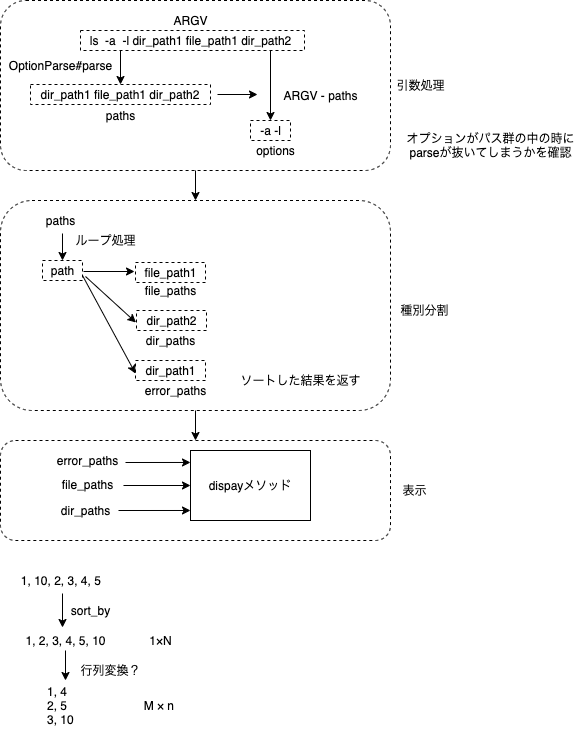
The draw.io diagram 05.ls/img/ls1.drawio.png in goruchanchan/ruby-practices, before a commit. Source tidied: cells renumbered, new cells last; positions are measured from the earlier drawing's top-left corner, leaving out a move shared by most shapes.
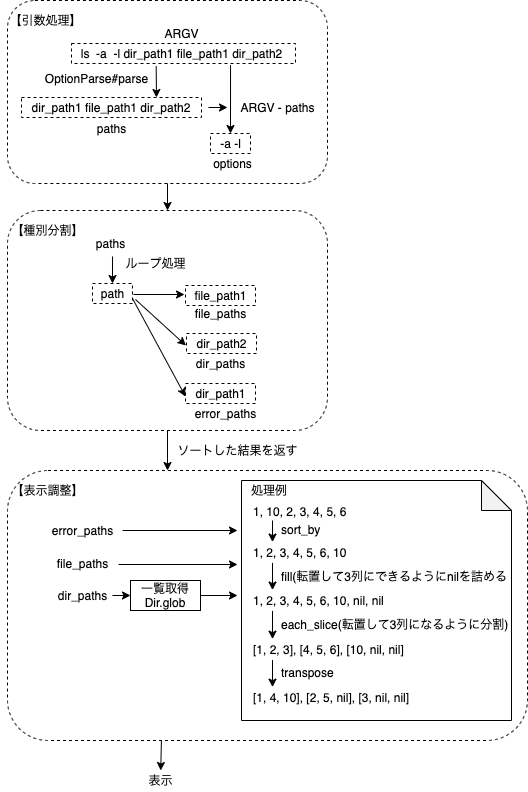
Above is the later version.

Commit message:
[update] コード整理

コードを整理したつもり。メソッド分割や変数名設定などを一度見直した。文字最大数でゼロ詰めする部分はまだできていないので、明日見直し。

Change to the diagram source:
```diff
@@ -2,83 +2,82 @@
   <root>
     <mxCell id="0" />
     <mxCell id="1" parent="0" />
+    <mxCell id="53" style="edgeStyle=none;html=1;exitX=0.296;exitY=1;exitDx=0;exitDy=0;exitPerimeter=0;" parent="1" edge="1" source="2" target="57">
+      <mxGeometry relative="1" as="geometry" />
+    </mxCell>
     <mxCell id="2" style="rounded=1;whiteSpace=wrap;html=1;dashed=1;labelBackgroundColor=#;fontSize=12;strokeColor=default;fillColor=none;" parent="1" vertex="1">
-      <mxGeometry y="440" width="390" height="100" as="geometry" />
+      <mxGeometry y="440" width="520" height="270" as="geometry" />
     </mxCell>
     <mxCell id="3" style="rounded=1;whiteSpace=wrap;html=1;dashed=1;labelBackgroundColor=#;fontSize=12;strokeColor=default;fillColor=none;" parent="1" vertex="1">
-      <mxGeometry y="200" width="390" height="210" as="geometry" />
+      <mxGeometry y="180" width="320" height="220" as="geometry" />
     </mxCell>
     <mxCell id="4" style="edgeStyle=none;html=1;exitX=0.5;exitY=1;exitDx=0;exitDy=0;entryX=0.5;entryY=0;entryDx=0;entryDy=0;fontSize=12;" parent="1" edge="1" source="5" target="3">
       <mxGeometry relative="1" as="geometry" />
     </mxCell>
     <mxCell id="5" style="rounded=1;whiteSpace=wrap;html=1;dashed=1;labelBackgroundColor=#;fontSize=12;strokeColor=default;fillColor=none;" parent="1" vertex="1">
-      <mxGeometry width="390" height="170" as="geometry" />
+      <mxGeometry y="-30" width="320" height="183" as="geometry" />
     </mxCell>
     <mxCell id="6" value="ls&amp;nbsp; -a&amp;nbsp; -l dir_path1 file_path1 dir_path2" style="text;html=1;align=center;verticalAlign=middle;strokeColor=none;fillColor=none;" parent="1" vertex="1">
-      <mxGeometry x="80" y="30" width="220" height="20" as="geometry" />
+      <mxGeometry x="64" y="13" width="220" height="20" as="geometry" />
     </mxCell>
     <mxCell id="7" style="rounded=0;whiteSpace=wrap;html=1;fillColor=none;dashed=1;" parent="1" vertex="1">
-      <mxGeometry x="80" y="30" width="224" height="20" as="geometry" />
+      <mxGeometry x="64" y="13" width="224" height="20" as="geometry" />
     </mxCell>
     <mxCell id="8" value="ARGV" style="text;html=1;align=center;verticalAlign=middle;strokeColor=none;fillColor=none;" parent="1" vertex="1">
-      <mxGeometry x="165" y="10" width="50" height="20" as="geometry" />
+      <mxGeometry x="149" y="-7" width="50" height="20" as="geometry" />
     </mxCell>
-    <mxCell id="9" style="endArrow=classic;html=1;entryX=0.5;entryY=0;entryDx=0;entryDy=0;" parent="1" edge="1" target="10">
-      <mxGeometry relative="1" as="geometry">
-        <mxPoint x="120" y="50" as="sourcePoint" />
-      </mxGeometry>
+    <mxCell id="9" style="endArrow=classic;html=1;entryX=0.75;entryY=0;entryDx=0;entryDy=0;exitX=0.378;exitY=1.138;exitDx=0;exitDy=0;exitPerimeter=0;" parent="1" edge="1" source="7" target="10">
+      <mxGeometry relative="1" as="geometry" />
     </mxCell>
     <mxCell id="10" value="&lt;span&gt;dir_path1 file_path1 dir_path2&lt;/span&gt;" style="rounded=0;whiteSpace=wrap;html=1;fillColor=none;dashed=1;" parent="1" vertex="1">
-      <mxGeometry x="30" y="84" width="180" height="20" as="geometry" />
+      <mxGeometry x="14" y="67" width="180" height="20" as="geometry" />
     </mxCell>
     <mxCell id="11" value="paths" style="text;html=1;align=center;verticalAlign=middle;strokeColor=none;fillColor=none;fontSize=12;" parent="1" vertex="1">
-      <mxGeometry x="100" y="105" width="40" height="20" as="geometry" />
+      <mxGeometry x="84" y="88" width="40" height="20" as="geometry" />
     </mxCell>
     <mxCell id="12" value="&lt;span&gt;-a -l&lt;/span&gt;" style="text;html=1;align=center;verticalAlign=middle;points=[];strokeColor=default;fillColor=none;dashed=1;" parent="1" vertex="1">
-      <mxGeometry x="250" y="120" width="40" height="20" as="geometry" />
+      <mxGeometry x="203" y="103" width="40" height="20" as="geometry" />
     </mxCell>
     <mxCell id="13" style="endArrow=classic;html=1;fontSize=12;" parent="1" edge="1">
       <mxGeometry relative="1" as="geometry">
-        <mxPoint x="217" y="94" as="sourcePoint" />
-        <mxPoint x="257" y="94" as="targetPoint" />
+        <mxPoint x="201" y="77" as="sourcePoint" />
+        <mxPoint x="220" y="77" as="targetPoint" />
       </mxGeometry>
     </mxCell>
-    <mxCell id="14" style="endArrow=classic;html=1;fontSize=12;entryX=0.5;entryY=0;entryDx=0;entryDy=0;entryPerimeter=0;" parent="1" edge="1" target="12">
-      <mxGeometry relative="1" as="geometry">
-        <mxPoint x="270" y="50" as="sourcePoint" />
-      </mxGeometry>
+    <mxCell id="14" style="endArrow=classic;html=1;fontSize=12;entryX=0.5;entryY=0;entryDx=0;entryDy=0;entryPerimeter=0;exitX=0.71;exitY=1.074;exitDx=0;exitDy=0;exitPerimeter=0;" parent="1" edge="1" source="7" target="12">
+      <mxGeometry relative="1" as="geometry" />
     </mxCell>
     <mxCell id="15" value="OptionParse#parse" style="text;html=1;align=center;verticalAlign=middle;strokeColor=none;fillColor=none;fontSize=12;" parent="1" vertex="1">
-      <mxGeometry y="55" width="120" height="20" as="geometry" />
+      <mxGeometry x="29" y="38" width="120" height="20" as="geometry" />
     </mxCell>
     <mxCell id="16" value="ARGV - paths" style="text;html=1;align=center;verticalAlign=middle;strokeColor=none;fillColor=none;fontSize=12;" parent="1" vertex="1">
-      <mxGeometry x="275" y="85" width="90" height="20" as="geometry" />
+      <mxGeometry x="225" y="67" width="90" height="20" as="geometry" />
     </mxCell>
     <mxCell id="17" value="options" style="text;html=1;align=center;verticalAlign=middle;strokeColor=none;fillColor=none;fontSize=12;" parent="1" vertex="1">
-      <mxGeometry x="250" y="140" width="50" height="20" as="geometry" />
+      <mxGeometry x="200" y="123" width="50" height="20" as="geometry" />
     </mxCell>
-    <mxCell id="18" value="引数処理" style="text;html=1;align=center;verticalAlign=middle;strokeColor=none;fillColor=none;fontSize=12;" parent="1" vertex="1">
-      <mxGeometry x="390" y="75" width="60" height="20" as="geometry" />
+    <mxCell id="18" value="【引数処理】" style="text;html=1;align=center;verticalAlign=middle;strokeColor=none;fillColor=none;fontSize=12;" parent="1" vertex="1">
+      <mxGeometry x="-7" y="-20" width="90" height="20" as="geometry" />
     </mxCell>
     <mxCell id="19" value="path" style="text;html=1;align=center;verticalAlign=middle;points=[];strokeColor=default;fillColor=none;dashed=1;" parent="1" vertex="1">
-      <mxGeometry x="42" y="260" width="40" height="20" as="geometry" />
+      <mxGeometry x="85" y="253" width="40" height="20" as="geometry" />
     </mxCell>
     <mxCell id="20" style="endArrow=classic;html=1;fontSize=12;exitX=0.247;exitY=1.15;exitDx=0;exitDy=0;exitPerimeter=0;" parent="1" edge="1" target="19">
       <mxGeometry relative="1" as="geometry">
-        <mxPoint x="62" y="233" as="sourcePoint" />
+        <mxPoint x="105" y="226" as="sourcePoint" />
       </mxGeometry>
     </mxCell>
     <mxCell id="21" value="ループ処理" style="text;html=1;align=center;verticalAlign=middle;strokeColor=none;fillColor=none;fontSize=12;" parent="1" vertex="1">
-      <mxGeometry x="70" y="230" width="70" height="20" as="geometry" />
+      <mxGeometry x="113" y="223" width="70" height="20" as="geometry" />
     </mxCell>
-    <mxCell id="22" value="種別分割" style="text;html=1;align=center;verticalAlign=middle;strokeColor=none;fillColor=none;fontSize=12;" parent="1" vertex="1">
-      <mxGeometry x="394" y="300" width="60" height="20" as="geometry" />
+    <mxCell id="22" value="【種別分割】" style="text;html=1;align=center;verticalAlign=middle;strokeColor=none;fillColor=none;fontSize=12;" parent="1" vertex="1">
+      <mxGeometry x="-5" y="190" width="90" height="20" as="geometry" />
     </mxCell>
     <mxCell id="23" value="file_path1" style="text;html=1;align=center;verticalAlign=middle;points=[];strokeColor=default;fillColor=none;dashed=1;" parent="1" vertex="1">
-      <mxGeometry x="135" y="262" width="70" height="20" as="geometry" />
+      <mxGeometry x="178" y="255" width="70" height="20" as="geometry" />
     </mxCell>
     <mxCell id="24" value="dir_path2" style="text;html=1;align=center;verticalAlign=middle;points=[];strokeColor=default;fillColor=none;dashed=1;" parent="1" vertex="1">
-      <mxGeometry x="136" y="310" width="70" height="20" as="geometry" />
+      <mxGeometry x="179" y="303" width="70" height="20" as="geometry" />
     </mxCell>
     <mxCell id="25" style="endArrow=classic;html=1;fontSize=12;exitX=1.025;exitY=0.55;exitDx=0;exitDy=0;exitPerimeter=0;entryX=-0.014;entryY=0.45;entryDx=0;entryDy=0;entryPerimeter=0;" parent="1" edge="1" source="19" target="23">
       <mxGeometry relative="1" as="geometry" />
@@ -87,86 +86,129 @@
       <mxGeometry relative="1" as="geometry" />
     </mxCell>
     <mxCell id="27" value="ソートした結果を返す" style="text;html=1;align=center;verticalAlign=middle;strokeColor=none;fillColor=none;fontSize=12;" parent="1" vertex="1">
-      <mxGeometry x="230" y="370" width="140" height="20" as="geometry" />
+      <mxGeometry x="160" y="410" width="140" height="20" as="geometry" />
     </mxCell>
-    <mxCell id="28" value="オプションがパス群の中の時に&lt;br&gt;parseが抜いてしまうかを確認" style="text;html=1;align=center;verticalAlign=middle;strokeColor=none;fillColor=none;fontSize=12;" parent="1" vertex="1">
-      <mxGeometry x="400" y="130" width="180" height="30" as="geometry" />
-    </mxCell>
     <mxCell id="29" value="file_paths" style="text;html=1;align=center;verticalAlign=middle;strokeColor=none;fillColor=none;fontSize=12;" parent="1" vertex="1">
-      <mxGeometry x="135" y="280" width="70" height="20" as="geometry" />
+      <mxGeometry x="178" y="273" width="70" height="20" as="geometry" />
     </mxCell>
     <mxCell id="30" value="dir_paths" style="text;html=1;align=center;verticalAlign=middle;strokeColor=none;fillColor=none;fontSize=12;" parent="1" vertex="1">
-      <mxGeometry x="140" y="330" width="60" height="20" as="geometry" />
+      <mxGeometry x="183" y="323" width="60" height="20" as="geometry" />
     </mxCell>
     <mxCell id="31" value="dir_path1" style="text;html=1;align=center;verticalAlign=middle;points=[];strokeColor=default;fillColor=none;dashed=1;" parent="1" vertex="1">
-      <mxGeometry x="135" y="360" width="70" height="20" as="geometry" />
+      <mxGeometry x="178" y="353" width="70" height="20" as="geometry" />
     </mxCell>
     <mxCell id="32" value="error_paths" style="text;html=1;align=center;verticalAlign=middle;strokeColor=none;fillColor=none;fontSize=12;" parent="1" vertex="1">
-      <mxGeometry x="135" y="380" width="80" height="20" as="geometry" />
+      <mxGeometry x="178" y="373" width="80" height="20" as="geometry" />
     </mxCell>
     <mxCell id="33" style="endArrow=classic;html=1;fontSize=12;exitX=1;exitY=0.75;exitDx=0;exitDy=0;exitPerimeter=0;entryX=0;entryY=0.65;entryDx=0;entryDy=0;entryPerimeter=0;" parent="1" edge="1" source="19" target="31">
       <mxGeometry relative="1" as="geometry" />
     </mxCell>
     <mxCell id="34" value="paths" style="text;html=1;align=center;verticalAlign=middle;strokeColor=none;fillColor=none;fontSize=12;" parent="1" vertex="1">
-      <mxGeometry x="40" y="210" width="40" height="20" as="geometry" />
+      <mxGeometry x="83" y="203" width="40" height="20" as="geometry" />
     </mxCell>
     <mxCell id="35" value="file_paths" style="text;html=1;align=center;verticalAlign=middle;points=[];strokeColor=none;fillColor=none;fontSize=12;" parent="1" vertex="1">
-      <mxGeometry x="52" y="474" width="70" height="20" as="geometry" />
+      <mxGeometry x="40" y="523" width="70" height="20" as="geometry" />
     </mxCell>
+    <mxCell id="54" style="edgeStyle=none;html=1;" parent="1" edge="1" source="36" target="56">
+      <mxGeometry relative="1" as="geometry" />
+    </mxCell>
     <mxCell id="36" value="dir_paths" style="text;html=1;align=center;verticalAlign=middle;points=[];strokeColor=none;fillColor=none;fontSize=12;" parent="1" vertex="1">
-      <mxGeometry x="55" y="500" width="60" height="20" as="geometry" />
+      <mxGeometry x="45" y="555" width="60" height="20" as="geometry" />
     </mxCell>
     <mxCell id="37" value="error_paths" style="text;html=1;align=center;verticalAlign=middle;points=[];strokeColor=none;fillColor=none;fontSize=12;" parent="1" vertex="1">
-      <mxGeometry x="47" y="450" width="80" height="20" as="geometry" />
+      <mxGeometry x="35" y="490" width="80" height="20" as="geometry" />
     </mxCell>
-    <mxCell id="38" value="dispayメソッド" style="rounded=0;whiteSpace=wrap;html=1;labelBackgroundColor=#;fontSize=12;strokeColor=default;fillColor=none;" parent="1" vertex="1">
-      <mxGeometry x="190" y="450" width="120" height="70" as="geometry" />
-    </mxCell>
-    <mxCell id="39" style="endArrow=classic;html=1;fontSize=12;entryX=0;entryY=0.171;entryDx=0;entryDy=0;entryPerimeter=0;" parent="1" edge="1" target="38">
+    <mxCell id="39" style="endArrow=classic;html=1;fontSize=12;" parent="1" edge="1" source="37">
       <mxGeometry relative="1" as="geometry">
-        <mxPoint x="125" y="462" as="sourcePoint" />
+        <mxPoint x="230" y="500" as="targetPoint" />
       </mxGeometry>
     </mxCell>
-    <mxCell id="40" style="endArrow=classic;html=1;fontSize=12;exitX=1.014;exitY=0.55;exitDx=0;exitDy=0;exitPerimeter=0;entryX=0;entryY=0.5;entryDx=0;entryDy=0;" parent="1" edge="1" source="35" target="38">
-      <mxGeometry relative="1" as="geometry" />
+    <mxCell id="40" style="endArrow=classic;html=1;fontSize=12;exitX=1.014;exitY=0.55;exitDx=0;exitDy=0;exitPerimeter=0;" parent="1" edge="1" source="35">
+      <mxGeometry relative="1" as="geometry">
+        <mxPoint x="230" y="534" as="targetPoint" />
+      </mxGeometry>
     </mxCell>
-    <mxCell id="41" style="endArrow=classic;html=1;fontSize=12;exitX=1.05;exitY=0.5;exitDx=0;exitDy=0;exitPerimeter=0;entryX=0;entryY=0.857;entryDx=0;entryDy=0;entryPerimeter=0;" parent="1" edge="1" source="36" target="38">
-      <mxGeometry relative="1" as="geometry" />
-    </mxCell>
-    <mxCell id="42" style="endArrow=classic;html=1;exitX=0.5;exitY=1;exitDx=0;exitDy=0;entryX=0.5;entryY=0;entryDx=0;entryDy=0;" parent="1" edge="1" source="3" target="2">
-      <mxGeometry relative="1" as="geometry" />
+    <mxCell id="42" style="endArrow=classic;html=1;exitX=0.5;exitY=1;exitDx=0;exitDy=0;" parent="1" edge="1" source="3">
+      <mxGeometry relative="1" as="geometry">
+        <mxPoint x="160" y="440" as="targetPoint" />
+      </mxGeometry>
     </mxCell>
-    <mxCell id="43" value="表示" style="text;html=1;align=center;verticalAlign=middle;strokeColor=none;fillColor=none;fontSize=12;" parent="1" vertex="1">
-      <mxGeometry x="394" y="480" width="40" height="20" as="geometry" />
+    <mxCell id="43" value="【表示調整】" style="text;html=1;align=center;verticalAlign=middle;strokeColor=none;fillColor=none;fontSize=12;" parent="1" vertex="1">
+      <mxGeometry x="-5" y="450" width="90" height="20" as="geometry" />
     </mxCell>
+    <mxCell id="55" style="edgeStyle=none;html=1;" parent="1" edge="1" source="56">
+      <mxGeometry relative="1" as="geometry">
+        <mxPoint x="230" y="565" as="targetPoint" />
+      </mxGeometry>
+    </mxCell>
+    <mxCell id="56" value="一覧取得&lt;br&gt;Dir.glob" style="whiteSpace=wrap;html=1;" parent="1" vertex="1">
+      <mxGeometry x="123" y="550" width="70" height="30" as="geometry" />
+    </mxCell>
+    <mxCell id="57" value="表示" style="text;html=1;align=center;verticalAlign=middle;points=[];strokeColor=none;fillColor=none;" parent="1" vertex="1">
+      <mxGeometry x="133" y="740" width="40" height="20" as="geometry" />
+    </mxCell>
+    <mxCell id="58" style="group;" parent="1" vertex="1">
+      <mxGeometry x="234" y="450" width="278" height="240" as="geometry" />
+    </mxCell>
+    <mxCell id="59" style="shape=note;whiteSpace=wrap;html=1;backgroundOutline=1;darkOpacity=0.05;" parent="58" vertex="1">
+      <mxGeometry width="270" height="240" as="geometry" />
+    </mxCell>
-    <mxCell id="44" value="1, 10, 2, 3, 4, 5&amp;nbsp;" style="text;html=1;align=center;verticalAlign=middle;points=[];strokeColor=none;fillColor=none;" parent="1" vertex="1">
-      <mxGeometry x="12" y="570" width="100" height="20" as="geometry" />
+    <mxCell id="44" value="1, 10, 2, 3, 4, 5, 6&amp;nbsp;" style="text;html=1;align=left;verticalAlign=middle;points=[];strokeColor=none;fillColor=none;" parent="58" vertex="1">
+      <mxGeometry x="10" y="20.5" width="110" height="20" as="geometry" />
     </mxCell>
-    <mxCell id="45" value="1, 2, 3, 4, 5, 10" style="text;html=1;align=center;verticalAlign=middle;points=[];strokeColor=none;fillColor=none;" parent="1" vertex="1">
-      <mxGeometry x="15" y="630" width="100" height="20" as="geometry" />
+    <mxCell id="45" value="1, 2, 3, 4, 5, 6, 10" style="text;html=1;align=left;verticalAlign=middle;points=[];strokeColor=none;fillColor=none;" parent="58" vertex="1">
+      <mxGeometry x="10" y="61.6" width="110" height="20" as="geometry" />
     </mxCell>
-    <mxCell id="46" style="endArrow=classic;html=1;exitX=0.5;exitY=1.15;exitDx=0;exitDy=0;exitPerimeter=0;entryX=0.47;entryY=-0.15;entryDx=0;entryDy=0;entryPerimeter=0;" parent="1" edge="1" source="44" target="45">
-      <mxGeometry relative="1" as="geometry" />
+    <mxCell id="46" style="endArrow=classic;html=1;" parent="58" edge="1">
+      <mxGeometry relative="1" as="geometry">
+        <mxPoint x="31" y="40" as="sourcePoint" />
+        <mxPoint x="31" y="61.6" as="targetPoint" />
+      </mxGeometry>
     </mxCell>
-    <mxCell id="47" value="sort_by" style="text;html=1;align=center;verticalAlign=middle;strokeColor=none;fillColor=none;" parent="1" vertex="1">
-      <mxGeometry x="65" y="600" width="50" height="20" as="geometry" />
+    <mxCell id="47" value="sort_by" style="text;html=1;align=left;verticalAlign=middle;strokeColor=none;fillColor=none;" parent="58" vertex="1">
+      <mxGeometry x="38" y="39.4" width="50" height="20" as="geometry" />
     </mxCell>
-    <mxCell id="48" value="1, 4&lt;br&gt;2, 5&lt;br&gt;3, 10" style="text;html=1;align=left;verticalAlign=middle;points=[];strokeColor=none;fillColor=none;" parent="1" vertex="1">
-      <mxGeometry x="45" y="680" width="40" height="50" as="geometry" />
-    </mxCell>
-    <mxCell id="49" style="endArrow=classic;html=1;" parent="1" edge="1" target="48">
+    <mxCell id="49" style="endArrow=classic;html=1;entryX=0.5;entryY=0;entryDx=0;entryDy=0;entryPerimeter=0;" parent="58" edge="1">
       <mxGeometry relative="1" as="geometry">
-        <mxPoint x="65" y="650" as="sourcePoint" />
+        <mxPoint x="31" y="82.4" as="sourcePoint" />
+        <mxPoint x="31" y="109.6" as="targetPoint" />
       </mxGeometry>
     </mxCell>
-    <mxCell id="50" value="行列変換？" style="text;html=1;align=center;verticalAlign=middle;strokeColor=none;fillColor=none;" parent="1" vertex="1">
-      <mxGeometry x="70" y="660" width="80" height="20" as="geometry" />
+    <mxCell id="50" value="&lt;span style=&quot;color: rgba(0 , 0 , 0 , 0) ; font-family: monospace ; font-size: 0px&quot;&gt;pupぷ%3CmxGraphModel%3E%3Croot%3E%3CmxCell%20id%3D%220%22%2F%3E%3CmxCell%20id%3D%221%22%20parent%3D%220%22%2F%3E%3CmxCell%20id%3D%222%22%20value%3D%22%22%20style%3D%22endArrow%3Dclassic%3Bhtml%3D1%3B%22%20edge%3D%221%22%20parent%3D%221%22%3E%3CmxGeometry%20width%3D%2250%22%20height%3D%2250%22%20relative%3D%221%22%20as%3D%22geometry%22%3E%3CmxPoint%20x%3D%2279.5%22%20y%3D%22710%22%20as%3D%22sourcePoint%22%2F%3E%3CmxPoint%20x%3D%2279.5%22%20y%3D%22740%22%20as%3D%22targetPoint%22%2F%3E%3C%2FmxGeometry%3E%3C%2FmxCell%3E%3C%2Froot%3E%3C%2FmxGraphModel%3Eぷspuhぷpuフィ&lt;/span&gt;fill(転置して3列にできるようにnilを詰める" style="text;html=1;align=left;verticalAlign=middle;strokeColor=none;fillColor=none;" parent="58" vertex="1">
+      <mxGeometry x="38" y="85.6" width="240" height="20" as="geometry" />
     </mxCell>
-    <mxCell id="51" value="1×N" style="text;html=1;align=center;verticalAlign=middle;strokeColor=none;fillColor=none;" parent="1" vertex="1">
-      <mxGeometry x="140" y="630" width="40" height="20" as="geometry" />
-    </mxCell>
-    <mxCell id="52" value="M × n&amp;nbsp;" style="text;html=1;align=center;verticalAlign=middle;strokeColor=none;fillColor=none;" parent="1" vertex="1">
-      <mxGeometry x="135" y="695" width="50" height="20" as="geometry" />
-    </mxCell>
+    <mxCell id="60" style="edgeStyle=none;html=1;" parent="58" edge="1">
+      <mxGeometry relative="1" as="geometry">
+        <mxPoint x="31" y="130.4" as="sourcePoint" />
+        <mxPoint x="31" y="158.6" as="targetPoint" />
+      </mxGeometry>
+    </mxCell>
+    <mxCell id="61" value="1, 2, 3, 4, 5, 6, 10, nil, nil" style="text;html=1;align=left;verticalAlign=middle;strokeColor=none;fillColor=none;" parent="58" vertex="1">
+      <mxGeometry x="10" y="109.6" width="150" height="20" as="geometry" />
+    </mxCell>
+    <mxCell id="62" style="edgeStyle=none;html=1;" parent="58" edge="1">
+      <mxGeometry relative="1" as="geometry">
+        <mxPoint x="31" y="179.5" as="sourcePoint" />
+        <mxPoint x="31" y="206.6" as="targetPoint" />
+      </mxGeometry>
+    </mxCell>
+    <mxCell id="63" value="[1, 2, 3], [4, 5, 6], [10, nil, nil]" style="text;html=1;align=left;verticalAlign=middle;strokeColor=none;fillColor=none;" parent="58" vertex="1">
+      <mxGeometry x="10" y="158.6" width="170" height="20" as="geometry" />
+    </mxCell>
+    <mxCell id="64" value="&lt;font color=&quot;rgba(0, 0, 0, 0)&quot; face=&quot;monospace&quot;&gt;&lt;span style=&quot;font-size: 0px&quot;&gt;eaa&lt;/span&gt;&lt;/font&gt;" style="text;html=1;align=left;verticalAlign=middle;strokeColor=none;fillColor=none;" parent="58" vertex="1">
+      <mxGeometry x="38" y="133.6" width="20" height="20" as="geometry" />
+    </mxCell>
+    <mxCell id="65" value="each_slice(転置して3列になるように分割)" style="text;html=1;align=left;verticalAlign=middle;strokeColor=none;fillColor=none;" parent="58" vertex="1">
+      <mxGeometry x="38" y="133.6" width="240" height="20" as="geometry" />
+    </mxCell>
+    <mxCell id="66" value="[1, 4, 10], [2, 5, nil], [3, nil, nil]" style="text;html=1;align=left;verticalAlign=middle;strokeColor=none;fillColor=none;" parent="58" vertex="1">
+      <mxGeometry x="10" y="206.6" width="170" height="20" as="geometry" />
+    </mxCell>
+    <mxCell id="67" value="transpose" style="text;html=1;align=left;verticalAlign=middle;strokeColor=none;fillColor=none;" parent="58" vertex="1">
+      <mxGeometry x="38" y="181.6" width="70" height="20" as="geometry" />
+    </mxCell>
+    <mxCell id="68" value="処理例" style="text;html=1;align=left;verticalAlign=middle;strokeColor=none;fillColor=none;" parent="58" vertex="1">
+      <mxGeometry x="8" width="50" height="20" as="geometry" />
+    </mxCell>
   </root>
 </mxGraphModel>
```
